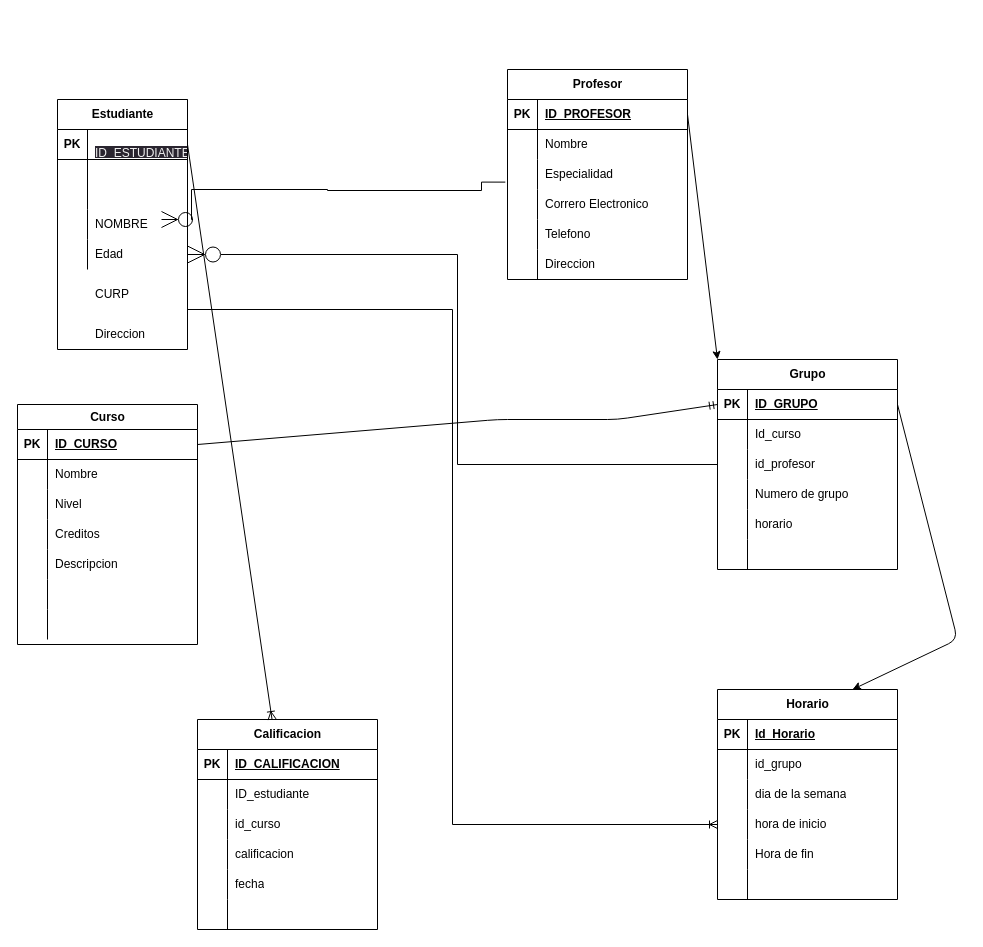
22620229Angel/Fdb-josue-garcia keeps this draw.io diagram as DIAGRAMA/Control Escolar Examen.drawio. Above is the earlier version. Source tidied: cells renumbered, new cells numbered last; positions are measured from the earlier drawing's top-left corner, leaving out a move shared by most shapes. Both pictures are drawn from the tidied source at 100%, with x=0, y=0 at pixel (17, 69).
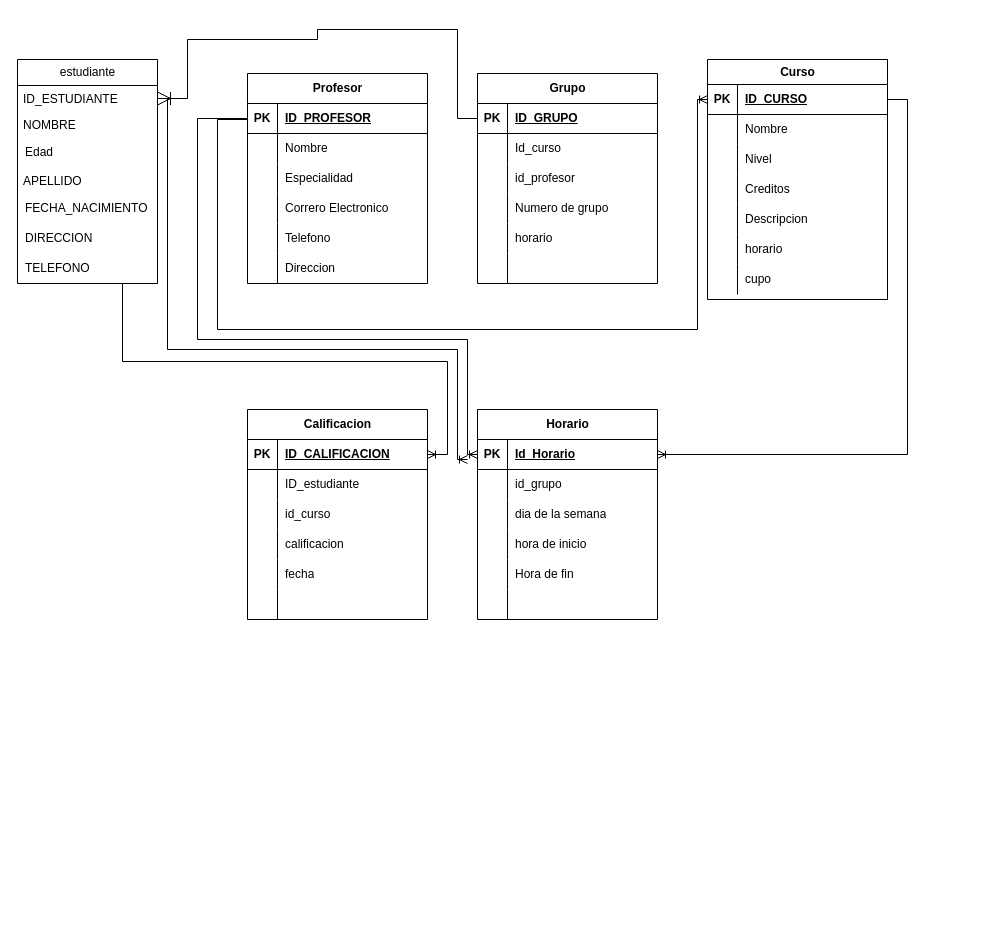
The same page after the edit.

Unchanged cells that the change refers to:
```xml
<mxCell id="3" style="shape=tableRow;horizontal=0;startSize=0;swimlaneHead=0;swimlaneBody=0;fillColor=none;points=[[0,0.5],[1,0.5]];portConstraint=eastwest;top=0;left=0;right=0;bottom=1;" parent="2" vertex="1">
  <mxGeometry y="30" width="180" height="30" as="geometry" />
</mxCell>
<mxCell id="12" style="shape=tableRow;horizontal=0;startSize=0;swimlaneHead=0;swimlaneBody=0;fillColor=none;points=[[0,0.5],[1,0.5]];portConstraint=eastwest;top=0;left=0;right=0;bottom=0;" parent="2" vertex="1">
  <mxGeometry y="120" width="180" height="30" as="geometry" />
</mxCell>
<mxCell id="18" style="shape=tableRow;horizontal=0;startSize=0;swimlaneHead=0;swimlaneBody=0;fillColor=none;points=[[0,0.5],[1,0.5]];portConstraint=eastwest;top=0;left=0;right=0;bottom=0;" parent="2" vertex="1">
  <mxGeometry y="180" width="180" height="30" as="geometry" />
</mxCell>
<mxCell id="22" style="shape=tableRow;horizontal=0;startSize=0;swimlaneHead=0;swimlaneBody=0;fillColor=none;points=[[0,0.5],[1,0.5]];portConstraint=eastwest;top=0;left=0;right=0;bottom=1;" parent="21" vertex="1">
  <mxGeometry y="30" width="180" height="30" as="geometry" />
</mxCell>
<mxCell id="31" style="shape=tableRow;horizontal=0;startSize=0;swimlaneHead=0;swimlaneBody=0;fillColor=none;points=[[0,0.5],[1,0.5]];portConstraint=eastwest;top=0;left=0;right=0;bottom=0;" parent="21" vertex="1">
  <mxGeometry y="120" width="180" height="30" as="geometry" />
</mxCell>
<mxCell id="41" style="shape=tableRow;horizontal=0;startSize=0;swimlaneHead=0;swimlaneBody=0;fillColor=none;points=[[0,0.5],[1,0.5]];portConstraint=eastwest;top=0;left=0;right=0;bottom=1;" parent="40" vertex="1">
  <mxGeometry y="30" width="180" height="30" as="geometry" />
</mxCell>
<mxCell id="47" style="shape=tableRow;horizontal=0;startSize=0;swimlaneHead=0;swimlaneBody=0;fillColor=none;points=[[0,0.5],[1,0.5]];portConstraint=eastwest;top=0;left=0;right=0;bottom=0;" parent="40" vertex="1">
  <mxGeometry y="90" width="180" height="30" as="geometry" />
</mxCell>
<mxCell id="74" style="shape=tableRow;horizontal=0;startSize=0;swimlaneHead=0;swimlaneBody=0;fillColor=none;points=[[0,0.5],[1,0.5]];portConstraint=eastwest;top=0;left=0;right=0;bottom=1;" parent="73" vertex="1">
  <mxGeometry y="30" width="180" height="30" as="geometry" />
</mxCell>
<mxCell id="93" style="shape=tableRow;horizontal=0;startSize=0;swimlaneHead=0;swimlaneBody=0;fillColor=none;points=[[0,0.5],[1,0.5]];portConstraint=eastwest;top=0;left=0;right=0;bottom=1;" parent="92" vertex="1">
  <mxGeometry y="25" width="180" height="30" as="geometry" />
</mxCell>
<mxCell id="108" style="shape=tableRow;horizontal=0;startSize=0;swimlaneHead=0;swimlaneBody=0;fillColor=none;top=0;left=0;right=0;bottom=0;" parent="92" vertex="1">
  <mxGeometry y="175" width="180" height="30" as="geometry" />
</mxCell>
<mxCell id="111" style="shape=tableRow;horizontal=0;startSize=0;swimlaneHead=0;swimlaneBody=0;fillColor=none;top=0;left=0;right=0;bottom=0;" parent="92" vertex="1">
  <mxGeometry y="205" width="180" height="30" as="geometry" />
</mxCell>
```

Diff of the diagram source:
```diff
@@
     <mxCell id="2" value="Profesor" style="shape=table;startSize=30;childLayout=tableLayout;rowLines=0;fontStyle=1;align=center;html=1;" parent="1" vertex="1">
-      <mxGeometry x="490" width="180" height="210" as="geometry" />
+      <mxGeometry x="230" y="4" width="180" height="210" as="geometry" />
     </mxCell>
@@
     <mxCell id="21" value="Horario" style="shape=table;startSize=30;childLayout=tableLayout;rowLines=0;fontStyle=1;align=center;html=1;" parent="1" vertex="1">
-      <mxGeometry x="700" y="620" width="180" height="210" as="geometry" />
+      <mxGeometry x="460" y="340" width="180" height="210" as="geometry" />
     </mxCell>
@@
     <mxCell id="40" value="Grupo" style="shape=table;startSize=30;childLayout=tableLayout;rowLines=0;fontStyle=1;align=center;html=1;" parent="1" vertex="1">
-      <mxGeometry x="700" y="290" width="180" height="210" as="geometry" />
+      <mxGeometry x="460" y="4" width="180" height="210" as="geometry" />
     </mxCell>
@@
-    <mxCell id="59" style="edgeStyle=orthogonalEdgeStyle;rounded=0;jettySize=auto;html=1;exitX=1;exitY=0;exitDx=0;exitDy=0;entryX=0;entryY=0.5;entryDx=0;entryDy=0;endArrow=ERoneToMany;endFill=0;" parent="1" edge="1" source="60" target="31">
-      <mxGeometry relative="1" as="geometry">
-        <Array as="points">
-          <mxPoint x="170" y="240" />
-          <mxPoint x="435" y="240" />
-          <mxPoint x="435" y="755" />
-        </Array>
-      </mxGeometry>
-    </mxCell>
-    <mxCell id="60" value="Estudiante" style="shape=table;startSize=30;childLayout=tableLayout;rowLines=0;fontStyle=1;align=center;html=1;" parent="1" vertex="1">
-      <mxGeometry x="40" y="30" width="130" height="250" as="geometry" />
-    </mxCell>
-    <mxCell id="61" style="shape=tableRow;horizontal=0;startSize=0;swimlaneHead=0;swimlaneBody=0;fillColor=none;points=[[0,0.5],[1,0.5]];portConstraint=eastwest;top=0;left=0;right=0;bottom=1;" parent="60" vertex="1">
-      <mxGeometry y="30" width="130" height="30" as="geometry" />
-    </mxCell>
-    <mxCell id="62" value="PK" style="shape=partialRectangle;fillColor=none;top=0;left=0;bottom=0;right=0;fontStyle=1;overflow=hidden;whiteSpace=wrap;html=1;" parent="61" vertex="1">
-      <mxGeometry width="30" height="30" as="geometry" />
-    </mxCell>
-    <mxCell id="63" value="&#10;&lt;span style=&quot;color: rgb(240, 240, 240); font-family: Helvetica; font-size: 12px; font-style: normal; font-variant-ligatures: normal; font-variant-caps: normal; font-weight: 400; letter-spacing: normal; orphans: 2; text-align: left; text-indent: 0px; text-transform: none; widows: 2; word-spacing: 0px; -webkit-text-stroke-width: 0px; background-color: rgb(42, 37, 47); text-decoration-thickness: initial; text-decoration-style: initial; text-decoration-color: initial; float: none; display: inline !important;&quot;&gt;ID_ESTUDIANTE&lt;/span&gt;&#10;&#10;" style="shape=partialRectangle;fillColor=none;top=0;left=0;bottom=0;right=0;align=left;spacingLeft=6;fontStyle=5;overflow=hidden;whiteSpace=wrap;html=1;" parent="61" vertex="1">
-      <mxGeometry x="30" width="100" height="30" as="geometry" />
-    </mxCell>
-    <mxCell id="64" style="shape=tableRow;horizontal=0;startSize=0;swimlaneHead=0;swimlaneBody=0;fillColor=none;top=0;left=0;right=0;bottom=0;" parent="60" vertex="1">
-      <mxGeometry y="60" width="130" height="50" as="geometry" />
-    </mxCell>
-    <mxCell id="65" style="shape=partialRectangle;fillColor=none;top=0;left=0;bottom=0;right=0;overflow=hidden;whiteSpace=wrap;html=1;" parent="64" vertex="1">
-      <mxGeometry width="30" height="50" as="geometry" />
-    </mxCell>
-    <mxCell id="66" style="shape=partialRectangle;fillColor=none;top=0;left=0;bottom=0;right=0;align=left;spacingLeft=6;overflow=hidden;whiteSpace=wrap;html=1;" parent="64" vertex="1">
-      <mxGeometry x="30" width="100" height="50" as="geometry" />
-    </mxCell>
-    <mxCell id="67" style="shape=tableRow;horizontal=0;startSize=0;swimlaneHead=0;swimlaneBody=0;fillColor=none;top=0;left=0;right=0;bottom=0;" parent="60" vertex="1">
-      <mxGeometry y="110" width="130" height="30" as="geometry" />
-    </mxCell>
-    <mxCell id="68" style="shape=partialRectangle;fillColor=none;top=0;left=0;bottom=0;right=0;overflow=hidden;whiteSpace=wrap;html=1;" parent="67" vertex="1">
-      <mxGeometry width="30" height="30" as="geometry" />
-    </mxCell>
-    <mxCell id="69" value="NOMBRE" style="shape=partialRectangle;fillColor=none;top=0;left=0;bottom=0;right=0;align=left;spacingLeft=6;overflow=hidden;whiteSpace=wrap;html=1;" parent="67" vertex="1">
-      <mxGeometry x="30" width="100" height="30" as="geometry" />
-    </mxCell>
-    <mxCell id="70" style="shape=tableRow;horizontal=0;startSize=0;swimlaneHead=0;swimlaneBody=0;fillColor=none;points=[[0,0.5],[1,0.5]];portConstraint=eastwest;top=0;left=0;right=0;bottom=0;" parent="60" vertex="1">
-      <mxGeometry y="140" width="130" height="30" as="geometry" />
-    </mxCell>
-    <mxCell id="71" style="shape=partialRectangle;fillColor=none;top=0;left=0;bottom=0;right=0;overflow=hidden;whiteSpace=wrap;html=1;" parent="70" vertex="1">
-      <mxGeometry width="30" height="30" as="geometry" />
-    </mxCell>
-    <mxCell id="72" value="Edad" style="shape=partialRectangle;fillColor=none;top=0;left=0;bottom=0;right=0;align=left;spacingLeft=6;overflow=hidden;whiteSpace=wrap;html=1;" parent="70" vertex="1">
-      <mxGeometry x="30" width="100" height="30" as="geometry" />
-    </mxCell>
     <mxCell id="73" value="Calificacion" style="shape=table;startSize=30;childLayout=tableLayout;rowLines=0;fontStyle=1;align=center;html=1;" parent="1" vertex="1">
-      <mxGeometry x="180" y="650" width="180" height="210" as="geometry" />
+      <mxGeometry x="230" y="340" width="180" height="210" as="geometry" />
     </mxCell>
@@
     <mxCell id="92" value="Curso" style="shape=table;startSize=25;childLayout=tableLayout;rowLines=0;fontStyle=1;align=center;html=1;" parent="1" vertex="1">
-      <mxGeometry y="335" width="180" height="240" as="geometry" />
+      <mxGeometry x="690" y="-10" width="180" height="240" as="geometry" />
     </mxCell>
@@
-    <mxCell id="110" style="shape=partialRectangle;fillColor=none;top=0;left=0;bottom=0;right=0;align=left;spacingLeft=6;overflow=hidden;whiteSpace=wrap;html=1;" parent="108" vertex="1">
+    <mxCell id="110" value="horario" style="shape=partialRectangle;fillColor=none;top=0;left=0;bottom=0;right=0;align=left;spacingLeft=6;overflow=hidden;whiteSpace=wrap;html=1;" parent="108" vertex="1">
       <mxGeometry x="30" width="150" height="30" as="geometry" />
     </mxCell>
@@
-    <mxCell id="113" style="shape=partialRectangle;fillColor=none;top=0;left=0;bottom=0;right=0;align=left;spacingLeft=6;overflow=hidden;whiteSpace=wrap;html=1;" parent="111" vertex="1">
+    <mxCell id="113" value="cupo" style="shape=partialRectangle;fillColor=none;top=0;left=0;bottom=0;right=0;align=left;spacingLeft=6;overflow=hidden;whiteSpace=wrap;html=1;" parent="111" vertex="1">
       <mxGeometry x="30" width="150" height="30" as="geometry" />
     </mxCell>
-    <mxCell id="114" value="CURP" style="shape=partialRectangle;fillColor=none;top=0;left=0;bottom=0;right=0;align=left;spacingLeft=6;overflow=hidden;whiteSpace=wrap;html=1;" parent="1" vertex="1">
-      <mxGeometry x="70" y="210" width="150" height="30" as="geometry" />
-    </mxCell>
-    <mxCell id="115" value="Direccion" style="shape=partialRectangle;fillColor=none;top=0;left=0;bottom=0;right=0;align=left;spacingLeft=6;overflow=hidden;whiteSpace=wrap;html=1;" parent="1" vertex="1">
-      <mxGeometry x="70" y="250" width="150" height="30" as="geometry" />
-    </mxCell>
-    <mxCell id="116" style="edgeStyle=none;html=1;exitX=1;exitY=0.5;exitDx=0;exitDy=0;endArrow=ERoneToMany;endFill=0;" parent="1" edge="1" source="61" target="73">
-      <mxGeometry relative="1" as="geometry" />
-    </mxCell>
-    <mxCell id="117" style="edgeStyle=none;html=1;exitX=1;exitY=0.5;exitDx=0;exitDy=0;entryX=0;entryY=0;entryDx=0;entryDy=0;" parent="1" edge="1" source="3" target="40">
-      <mxGeometry relative="1" as="geometry" />
-    </mxCell>
-    <mxCell id="118" style="edgeStyle=none;html=1;exitX=1;exitY=0.5;exitDx=0;exitDy=0;entryX=0;entryY=0.5;entryDx=0;entryDy=0;endArrow=ERmandOne;endFill=0;" parent="1" edge="1" source="93" target="41">
-      <mxGeometry relative="1" as="geometry">
-        <Array as="points">
-          <mxPoint x="480" y="350" />
-          <mxPoint x="600" y="350" />
-        </Array>
-      </mxGeometry>
-    </mxCell>
-    <mxCell id="119" style="edgeStyle=none;html=1;exitX=1;exitY=0.5;exitDx=0;exitDy=0;entryX=0.75;entryY=0;entryDx=0;entryDy=0;" parent="1" edge="1" source="41" target="21">
-      <mxGeometry relative="1" as="geometry">
-        <Array as="points">
-          <mxPoint x="940" y="570" />
-        </Array>
-      </mxGeometry>
-    </mxCell>
-    <mxCell id="120" style="edgeStyle=orthogonalEdgeStyle;rounded=0;jettySize=auto;html=1;exitX=-0.012;exitY=-0.246;exitDx=0;exitDy=0;entryX=1;entryY=0.5;entryDx=0;entryDy=0;endArrow=ERzeroToMany;endFill=0;endSize=14;exitPerimeter=0;" parent="1" edge="1" source="12">
-      <mxGeometry relative="1" as="geometry">
-        <mxPoint x="144" y="150" as="targetPoint" />
-        <Array as="points">
-          <mxPoint x="464" y="113" />
-          <mxPoint x="464" y="121" />
-          <mxPoint x="310" y="121" />
-          <mxPoint x="174" y="120" />
-          <mxPoint x="174" y="150" />
-        </Array>
-      </mxGeometry>
-    </mxCell>
-    <mxCell id="121" style="edgeStyle=orthogonalEdgeStyle;rounded=0;jettySize=auto;html=1;exitX=0;exitY=0.5;exitDx=0;exitDy=0;endArrow=ERzeroToMany;endFill=0;endSize=15;" parent="1" edge="1" source="47" target="70">
-      <mxGeometry relative="1" as="geometry" />
-    </mxCell>
+    <mxCell id="122" style="edgeStyle=orthogonalEdgeStyle;rounded=0;jettySize=auto;html=1;exitX=0.75;exitY=1;exitDx=0;exitDy=0;entryX=1;entryY=0.5;entryDx=0;entryDy=0;endArrow=ERoneToMany;endFill=0;" parent="1" edge="1" source="123" target="74">
+      <mxGeometry relative="1" as="geometry" />
+    </mxCell>
+    <mxCell id="123" value="estudiante" style="swimlane;fontStyle=0;horizontal=1;startSize=26;fillColor=none;html=1;" parent="1" vertex="1">
+      <mxGeometry y="-10" width="140" height="224" as="geometry" />
+    </mxCell>
+    <mxCell id="124" style="edgeStyle=orthogonalEdgeStyle;rounded=0;jettySize=auto;html=1;endArrow=ERoneToMany;endFill=0;" parent="123" edge="1" source="63">
+      <mxGeometry relative="1" as="geometry">
+        <mxPoint x="450" y="400" as="targetPoint" />
+        <Array as="points">
+          <mxPoint x="150" y="39" />
+          <mxPoint x="150" y="290" />
+          <mxPoint x="440" y="290" />
+          <mxPoint x="440" y="400" />
+        </Array>
+      </mxGeometry>
+    </mxCell>
+    <mxCell id="63" value="ID_ESTUDIANTE" style="text;strokeColor=none;fillColor=none;align=left;verticalAlign=top;spacingLeft=4;spacingRight=4;overflow=hidden;points=[[0,0.5],[1,0.5]];portConstraint=eastwest;whiteSpace=wrap;html=1;" parent="123" vertex="1">
+      <mxGeometry y="26" width="140" height="26" as="geometry" />
+    </mxCell>
+    <mxCell id="69" value="NOMBRE" style="text;strokeColor=none;fillColor=none;align=left;verticalAlign=top;spacingLeft=4;spacingRight=4;overflow=hidden;whiteSpace=wrap;html=1;" parent="123" vertex="1">
+      <mxGeometry y="52" width="140" height="26" as="geometry" />
+    </mxCell>
+    <mxCell id="72" value="Edad" style="shape=partialRectangle;fillColor=none;top=0;left=0;bottom=0;right=0;align=left;spacingLeft=6;overflow=hidden;whiteSpace=wrap;html=1;" parent="123" vertex="1">
+      <mxGeometry y="78" width="140" height="30" as="geometry" />
+    </mxCell>
+    <mxCell id="125" value="APELLIDO" style="text;strokeColor=none;fillColor=none;align=left;verticalAlign=top;spacingLeft=4;spacingRight=4;overflow=hidden;whiteSpace=wrap;html=1;" parent="123" vertex="1">
+      <mxGeometry y="108" width="140" height="26" as="geometry" />
+    </mxCell>
+    <mxCell id="126" value="FECHA_NACIMIENTO" style="shape=partialRectangle;fillColor=none;top=0;left=0;bottom=0;right=0;align=left;spacingLeft=6;overflow=hidden;whiteSpace=wrap;html=1;" parent="123" vertex="1">
+      <mxGeometry y="134" width="140" height="30" as="geometry" />
+    </mxCell>
+    <mxCell id="127" value="DIRECCION" style="shape=partialRectangle;fillColor=none;top=0;left=0;bottom=0;right=0;align=left;spacingLeft=6;overflow=hidden;whiteSpace=wrap;html=1;" parent="123" vertex="1">
+      <mxGeometry y="164" width="140" height="30" as="geometry" />
+    </mxCell>
+    <mxCell id="128" value="TELEFONO" style="shape=partialRectangle;fillColor=none;top=0;left=0;bottom=0;right=0;align=left;spacingLeft=6;overflow=hidden;whiteSpace=wrap;html=1;" parent="123" vertex="1">
+      <mxGeometry y="194" width="140" height="30" as="geometry" />
+    </mxCell>
+    <mxCell id="129" style="edgeStyle=orthogonalEdgeStyle;rounded=0;jettySize=auto;html=1;exitX=0;exitY=0.5;exitDx=0;exitDy=0;entryX=1;entryY=0.5;entryDx=0;entryDy=0;endArrow=ERoneToMany;endFill=0;endSize=11;" parent="1" edge="1" source="41" target="63">
+      <mxGeometry relative="1" as="geometry">
+        <Array as="points">
+          <mxPoint x="440" y="49" />
+          <mxPoint x="440" y="-40" />
+          <mxPoint x="300" y="-40" />
+          <mxPoint x="300" y="-30" />
+          <mxPoint x="170" y="-30" />
+          <mxPoint x="170" y="29" />
+        </Array>
+      </mxGeometry>
+    </mxCell>
+    <mxCell id="130" style="edgeStyle=orthogonalEdgeStyle;rounded=0;jettySize=auto;html=1;exitX=0;exitY=0.5;exitDx=0;exitDy=0;endArrow=ERoneToMany;endFill=0;" parent="1" edge="1" source="18" target="92">
+      <mxGeometry relative="1" as="geometry">
+        <Array as="points">
+          <mxPoint x="230" y="50" />
+          <mxPoint x="200" y="50" />
+          <mxPoint x="200" y="260" />
+          <mxPoint x="680" y="260" />
+          <mxPoint x="680" y="30" />
+        </Array>
+      </mxGeometry>
+    </mxCell>
+    <mxCell id="131" style="edgeStyle=orthogonalEdgeStyle;rounded=0;jettySize=auto;html=1;exitX=1;exitY=0.5;exitDx=0;exitDy=0;entryX=1;entryY=0.5;entryDx=0;entryDy=0;endArrow=ERoneToMany;endFill=0;" parent="1" edge="1" source="93" target="22">
+      <mxGeometry relative="1" as="geometry" />
+    </mxCell>
+    <mxCell id="132" style="edgeStyle=orthogonalEdgeStyle;rounded=0;jettySize=auto;html=1;exitX=0;exitY=0.5;exitDx=0;exitDy=0;entryX=0;entryY=0.5;entryDx=0;entryDy=0;endArrow=ERoneToMany;endFill=0;" parent="1" edge="1" source="3" target="22">
+      <mxGeometry relative="1" as="geometry">
+        <Array as="points">
+          <mxPoint x="180" y="49" />
+          <mxPoint x="180" y="270" />
+          <mxPoint x="450" y="270" />
+          <mxPoint x="450" y="385" />
+        </Array>
+      </mxGeometry>
+    </mxCell>
```
